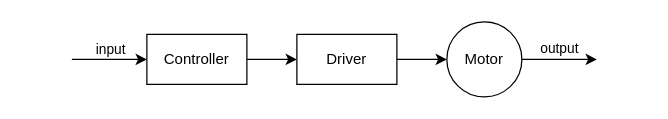
Before: report/figures/open-loop.drawio in rikkeskov/p5-beam-steering, a draw.io diagram. Source tidied: cells renumbered, new cells numbered last; positions are measured from the earlier drawing's top-left corner, leaving out a move shared by most shapes. Both pictures are drawn from the tidied source at 125%, with x=0, y=0 at pixel (71, 21).
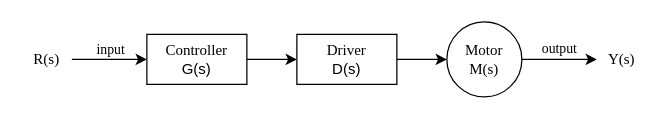
The same page after the edit.

Diff of the diagram source:
```diff
@@
 <mxGraphModel>
   <root>
     <mxCell id="0" />
     <mxCell id="1" parent="0" />
     <mxCell id="2" style="edgeStyle=orthogonalEdgeStyle;rounded=0;jettySize=auto;html=1;" parent="1" edge="1" source="4" target="6">
       <mxGeometry relative="1" as="geometry" />
     </mxCell>
-    <mxCell id="3" value="input" style="edgeStyle=orthogonalEdgeStyle;rounded=0;jettySize=auto;html=1;startArrow=classic;startFill=1;endArrow=none;endFill=0;labelPosition=center;verticalLabelPosition=top;align=center;verticalAlign=bottom;" parent="1" edge="1" source="4">
+    <mxCell id="3" value="input" style="edgeStyle=orthogonalEdgeStyle;rounded=0;jettySize=auto;html=1;startArrow=classic;startFill=1;endArrow=none;endFill=0;labelPosition=center;verticalLabelPosition=top;align=center;verticalAlign=bottom;fontFamily=Times New Roman;" parent="1" edge="1" source="4">
       <mxGeometry relative="1" as="geometry">
         <mxPoint y="30" as="targetPoint" />
       </mxGeometry>
     </mxCell>
-    <mxCell id="4" value="Controller" style="rounded=0;whiteSpace=wrap;html=1;" parent="1" vertex="1">
+    <mxCell id="4" value="&lt;div&gt;&lt;font face=&quot;Times New Roman&quot;&gt;Controller&lt;/font&gt;&lt;/div&gt;&lt;div&gt;&lt;font face=&quot;TJAhmVbfUzgkRqAvVLZI&quot;&gt;G(s)&lt;br&gt;&lt;/font&gt;&lt;/div&gt;" style="rounded=0;whiteSpace=wrap;html=1;" parent="1" vertex="1">
       <mxGeometry x="60" y="10" width="80" height="40" as="geometry" />
     </mxCell>
     <mxCell id="5" style="edgeStyle=orthogonalEdgeStyle;rounded=0;jettySize=auto;html=1;" parent="1" edge="1" source="6" target="8">
       <mxGeometry relative="1" as="geometry" />
     </mxCell>
-    <mxCell id="6" value="Driver" style="rounded=0;whiteSpace=wrap;html=1;" parent="1" vertex="1">
+    <mxCell id="6" value="&lt;div&gt;&lt;font face=&quot;Times New Roman&quot;&gt;Driver&lt;/font&gt;&lt;/div&gt;&lt;div&gt;&lt;font face=&quot;wIsEvMo3P5iUJzv_kKY8&quot;&gt;D(s)&lt;br&gt;&lt;/font&gt;&lt;/div&gt;" style="rounded=0;whiteSpace=wrap;html=1;" parent="1" vertex="1">
       <mxGeometry x="180" y="10" width="80" height="40" as="geometry" />
     </mxCell>
-    <mxCell id="7" value="output" style="edgeStyle=orthogonalEdgeStyle;rounded=0;jettySize=auto;html=1;labelPosition=center;verticalLabelPosition=top;align=center;verticalAlign=bottom;" parent="1" edge="1" source="8">
+    <mxCell id="7" value="output" style="edgeStyle=orthogonalEdgeStyle;rounded=0;jettySize=auto;html=1;labelPosition=center;verticalLabelPosition=top;align=center;verticalAlign=bottom;fontFamily=Times New Roman;" parent="1" edge="1" source="8">
       <mxGeometry relative="1" as="geometry">
         <mxPoint x="420" y="30" as="targetPoint" />
       </mxGeometry>
     </mxCell>
-    <mxCell id="8" value="Motor" style="ellipse;whiteSpace=wrap;html=1;" parent="1" vertex="1">
+    <mxCell id="8" value="&lt;div&gt;&lt;font face=&quot;Times New Roman&quot;&gt;Motor&lt;/font&gt;&lt;/div&gt;&lt;div&gt;&lt;font face=&quot;Times New Roman&quot;&gt;M(s)&lt;/font&gt;&lt;/div&gt;" style="ellipse;whiteSpace=wrap;html=1;" parent="1" vertex="1">
       <mxGeometry x="300" width="60" height="60" as="geometry" />
     </mxCell>
+    <mxCell id="9" value="&lt;font face=&quot;Times New Roman&quot;&gt;R(s)&lt;/font&gt;" style="text;html=1;align=center;verticalAlign=middle;whiteSpace=wrap;rounded=0;" parent="1" vertex="1">
+      <mxGeometry x="-40" y="15" width="40" height="30" as="geometry" />
+    </mxCell>
+    <mxCell id="10" value="&lt;font face=&quot;Times New Roman&quot;&gt;Y(s)&lt;/font&gt;" style="text;html=1;align=center;verticalAlign=middle;whiteSpace=wrap;rounded=0;" parent="1" vertex="1">
+      <mxGeometry x="420" y="15" width="40" height="30" as="geometry" />
+    </mxCell>
   </root>
 </mxGraphModel>
```
